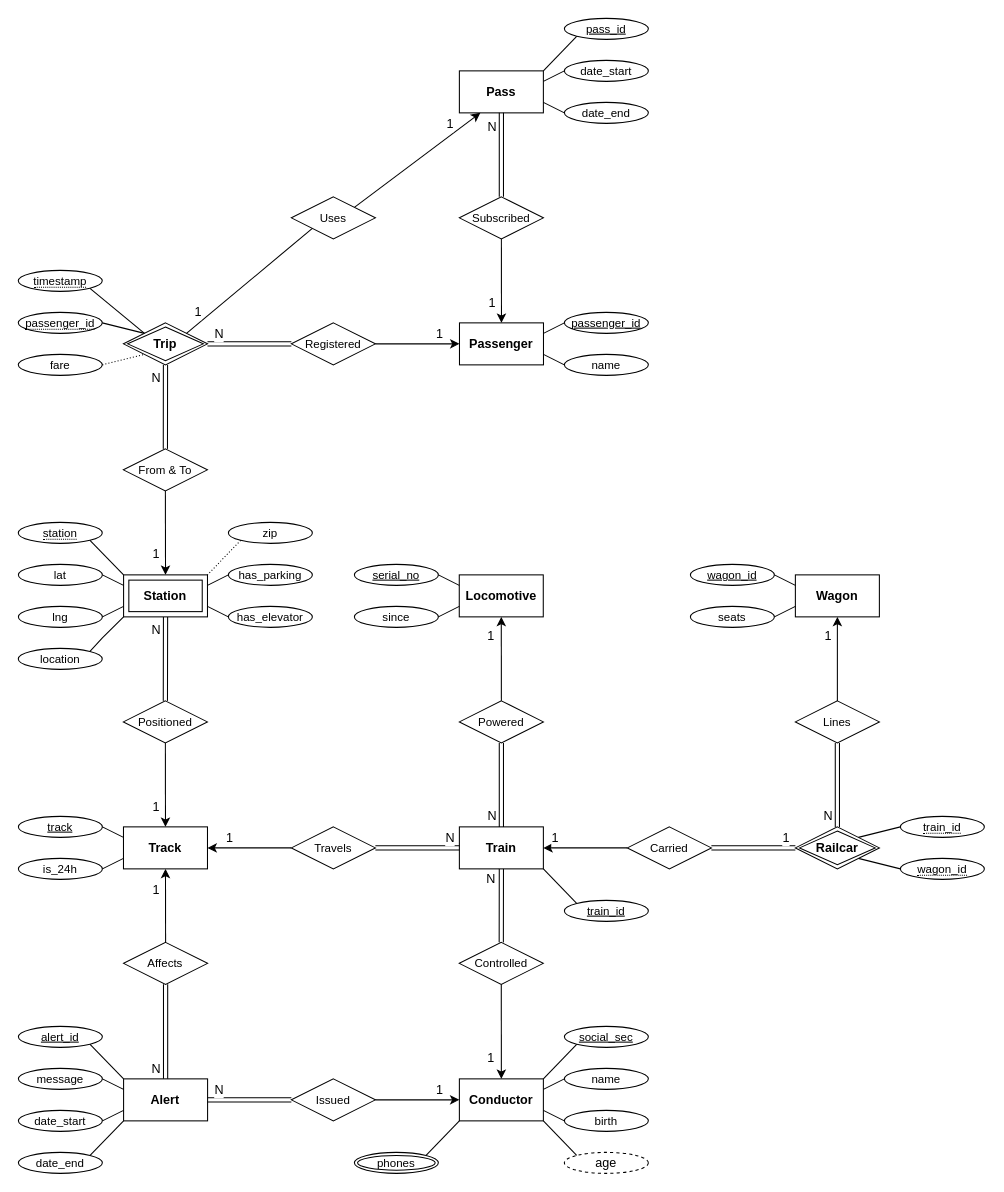
This is page "proj_deliverable3" (3 of 4) of cta/er.drawio from hanggrian/IIT-CS425, a draw.io file, before an edit. Source tidied: cells renumbered, new cells numbered last; positions are measured from the earlier drawing's top-left corner, leaving out a move shared by most shapes. Both pictures are drawn from the tidied source at 105%, with x=0, y=0 at pixel (18, 18).
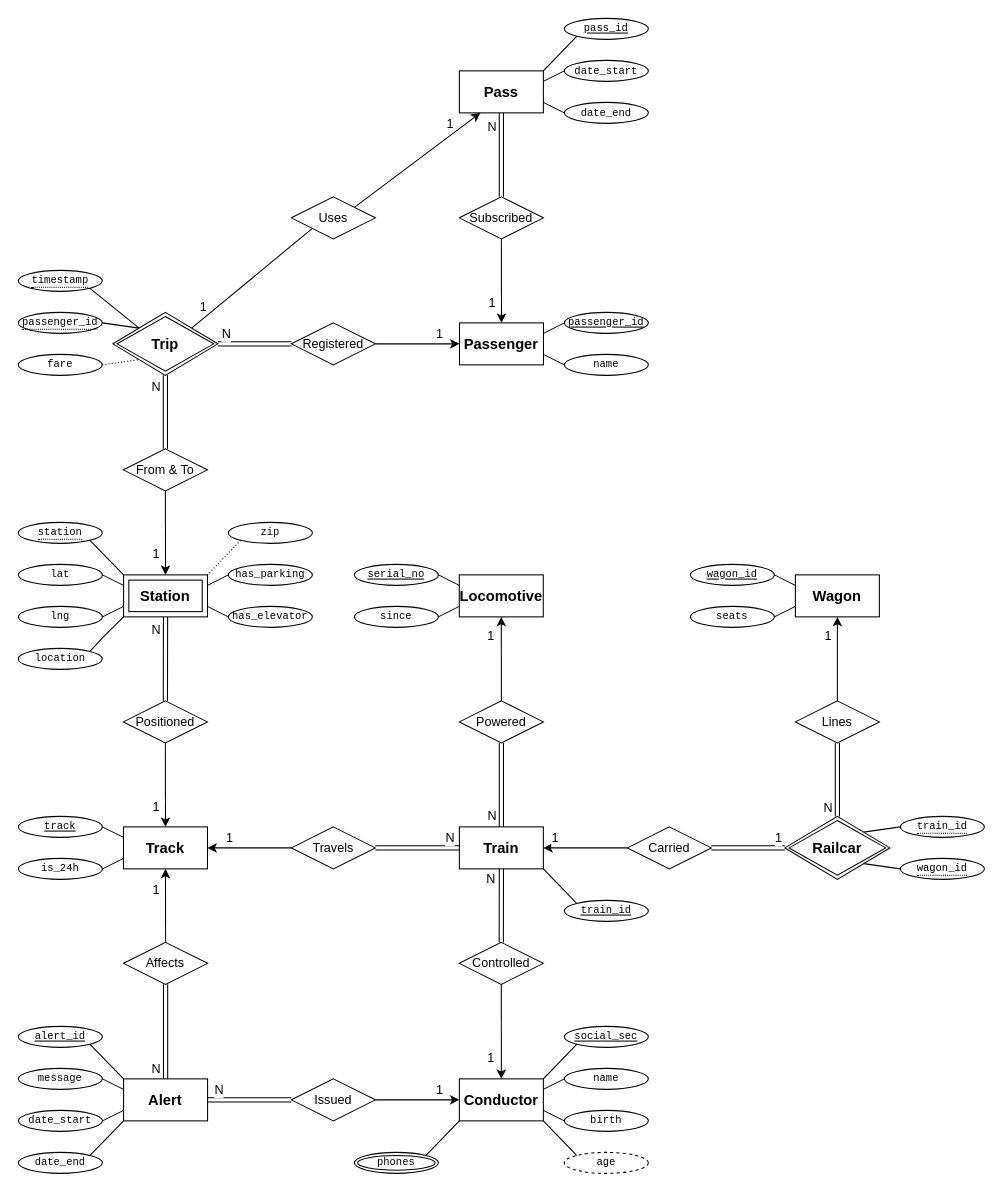
The same page after the edit.

What changed in the source:
```diff
@@
-    <mxCell id="2" value="Train" style="whiteSpace=wrap;html=1;align=center;fontSize=12;fontStyle=1;" parent="1" vertex="1">
+    <mxCell id="2" value="Train" style="whiteSpace=wrap;html=1;align=center;fontSize=14;fontStyle=1;" parent="1" vertex="1">
       <mxGeometry x="420" y="770" width="80" height="40" as="geometry" />
     </mxCell>
-    <mxCell id="3" value="Passenger" style="whiteSpace=wrap;html=1;align=center;fontSize=12;fontStyle=1;" parent="1" vertex="1">
+    <mxCell id="3" value="Passenger" style="whiteSpace=wrap;html=1;align=center;fontSize=14;fontStyle=1;" parent="1" vertex="1">
       <mxGeometry x="420.1" y="290" width="80" height="40" as="geometry" />
     </mxCell>
-    <mxCell id="4" value="Conductor" style="whiteSpace=wrap;html=1;align=center;fontSize=12;fontStyle=1;" parent="1" vertex="1">
+    <mxCell id="4" value="Conductor" style="whiteSpace=wrap;html=1;align=center;fontSize=14;fontStyle=1;" parent="1" vertex="1">
       <mxGeometry x="420" y="1010" width="80" height="40" as="geometry" />
     </mxCell>
-    <mxCell id="5" value="Track" style="whiteSpace=wrap;html=1;align=center;fontSize=12;fontStyle=1;" parent="1" vertex="1">
+    <mxCell id="5" value="Track" style="whiteSpace=wrap;html=1;align=center;fontSize=14;fontStyle=1;" parent="1" vertex="1">
       <mxGeometry x="100.1" y="770" width="80" height="40" as="geometry" />
     </mxCell>
-    <mxCell id="6" value="Wagon" style="whiteSpace=wrap;html=1;align=center;fontSize=12;fontStyle=1;" parent="1" vertex="1">
+    <mxCell id="6" value="Wagon" style="whiteSpace=wrap;html=1;align=center;fontSize=14;fontStyle=1;" parent="1" vertex="1">
       <mxGeometry x="740" y="530" width="80" height="40" as="geometry" />
     </mxCell>
-    <mxCell id="7" value="Locomotive" style="whiteSpace=wrap;html=1;align=center;fontSize=12;fontStyle=1;" parent="1" vertex="1">
+    <mxCell id="7" value="Locomotive" style="whiteSpace=wrap;html=1;align=center;fontSize=14;fontStyle=1;" parent="1" vertex="1">
       <mxGeometry x="419.9" y="530" width="80" height="40" as="geometry" />
     </mxCell>
@@
-    <mxCell id="10" value="Powered" style="shape=rhombus;perimeter=rhombusPerimeter;whiteSpace=wrap;html=1;align=center;fontSize=11;" parent="1" vertex="1">
+    <mxCell id="10" value="Powered" style="shape=rhombus;perimeter=rhombusPerimeter;whiteSpace=wrap;html=1;align=center;fontSize=12;" parent="1" vertex="1">
       <mxGeometry x="420" y="650" width="80" height="40" as="geometry" />
     </mxCell>
@@
-    <mxCell id="13" value="Lines" style="shape=rhombus;perimeter=rhombusPerimeter;whiteSpace=wrap;html=1;align=center;fontSize=11;" parent="1" vertex="1">
+    <mxCell id="13" value="Lines" style="shape=rhombus;perimeter=rhombusPerimeter;whiteSpace=wrap;html=1;align=center;fontSize=12;" parent="1" vertex="1">
       <mxGeometry x="740" y="650" width="80" height="40" as="geometry" />
     </mxCell>
@@
-    <mxCell id="16" value="Positioned" style="shape=rhombus;perimeter=rhombusPerimeter;whiteSpace=wrap;html=1;align=center;fontSize=11;" parent="1" vertex="1">
+    <mxCell id="16" value="Positioned" style="shape=rhombus;perimeter=rhombusPerimeter;whiteSpace=wrap;html=1;align=center;fontSize=12;" parent="1" vertex="1">
       <mxGeometry x="100" y="650" width="80" height="40" as="geometry" />
     </mxCell>
@@
-    <mxCell id="19" value="Registered" style="shape=rhombus;perimeter=rhombusPerimeter;whiteSpace=wrap;html=1;align=center;fontSize=11;" parent="1" vertex="1">
+    <mxCell id="19" value="Registered" style="shape=rhombus;perimeter=rhombusPerimeter;whiteSpace=wrap;html=1;align=center;fontSize=12;" parent="1" vertex="1">
       <mxGeometry x="260" y="290" width="80" height="40" as="geometry" />
     </mxCell>
-    <mxCell id="20" value="Carried" style="shape=rhombus;perimeter=rhombusPerimeter;whiteSpace=wrap;html=1;align=center;fontSize=11;" parent="1" vertex="1">
+    <mxCell id="20" value="Carried" style="shape=rhombus;perimeter=rhombusPerimeter;whiteSpace=wrap;html=1;align=center;fontSize=12;" parent="1" vertex="1">
       <mxGeometry x="580" y="770" width="80" height="40" as="geometry" />
     </mxCell>
-    <mxCell id="21" value="lng" style="ellipse;whiteSpace=wrap;html=1;align=center;fontSize=11;fontStyle=0;" parent="1" vertex="1">
+    <mxCell id="21" value="lng" style="ellipse;whiteSpace=wrap;html=1;align=center;fontSize=10;fontStyle=0;fontFamily=Courier New;" parent="1" vertex="1">
       <mxGeometry y="560" width="80" height="20" as="geometry" />
     </mxCell>
-    <mxCell id="22" value="zip" style="ellipse;whiteSpace=wrap;html=1;align=center;fontSize=11;fontStyle=0;" parent="1" vertex="1">
+    <mxCell id="22" value="zip" style="ellipse;whiteSpace=wrap;html=1;align=center;fontSize=10;fontStyle=0;fontFamily=Courier New;" parent="1" vertex="1">
       <mxGeometry x="200" y="480" width="80" height="20" as="geometry" />
     </mxCell>
@@
-    <mxCell id="24" value="social_sec" style="ellipse;whiteSpace=wrap;html=1;align=center;fontSize=11;fontStyle=4;" parent="1" vertex="1">
+    <mxCell id="24" value="social_sec" style="ellipse;whiteSpace=wrap;html=1;align=center;fontSize=10;fontStyle=4;fontFamily=Courier New;" parent="1" vertex="1">
       <mxGeometry x="520" y="960" width="80" height="20" as="geometry" />
     </mxCell>
-    <mxCell id="25" value="serial_no" style="ellipse;whiteSpace=wrap;html=1;align=center;fontSize=11;fontStyle=4;" parent="1" vertex="1">
+    <mxCell id="25" value="serial_no" style="ellipse;whiteSpace=wrap;html=1;align=center;fontSize=10;fontStyle=4;fontFamily=Courier New;" parent="1" vertex="1">
       <mxGeometry x="320" y="520" width="80" height="20" as="geometry" />
     </mxCell>
-    <mxCell id="26" value="since" style="ellipse;whiteSpace=wrap;html=1;align=center;fontSize=11;fontStyle=0;" parent="1" vertex="1">
+    <mxCell id="26" value="since" style="ellipse;whiteSpace=wrap;html=1;align=center;fontSize=10;fontStyle=0;fontFamily=Courier New;" parent="1" vertex="1">
       <mxGeometry x="320" y="560" width="80" height="20" as="geometry" />
     </mxCell>
@@
-    <mxCell id="29" value="train_id" style="ellipse;whiteSpace=wrap;html=1;align=center;fontSize=11;fontStyle=4;" parent="1" vertex="1">
+    <mxCell id="29" value="train_id" style="ellipse;whiteSpace=wrap;html=1;align=center;fontSize=10;fontStyle=4;fontFamily=Courier New;" parent="1" vertex="1">
       <mxGeometry x="520" y="840" width="80" height="20" as="geometry" />
     </mxCell>
@@
-    <mxCell id="31" value="wagon_id" style="ellipse;whiteSpace=wrap;html=1;align=center;fontSize=11;fontStyle=4;" parent="1" vertex="1">
+    <mxCell id="31" value="wagon_id" style="ellipse;whiteSpace=wrap;html=1;align=center;fontSize=10;fontStyle=4;fontFamily=Courier New;" parent="1" vertex="1">
       <mxGeometry x="640" y="520" width="80" height="20" as="geometry" />
     </mxCell>
-    <mxCell id="32" value="seats" style="ellipse;whiteSpace=wrap;html=1;align=center;fontSize=11;fontStyle=0;" parent="1" vertex="1">
+    <mxCell id="32" value="seats" style="ellipse;whiteSpace=wrap;html=1;align=center;fontSize=10;fontStyle=0;fontFamily=Courier New;" parent="1" vertex="1">
       <mxGeometry x="640" y="560" width="80" height="20" as="geometry" />
     </mxCell>
@@
-    <mxCell id="35" value="passenger_id" style="ellipse;whiteSpace=wrap;html=1;align=center;fontSize=11;fontStyle=4;" parent="1" vertex="1">
+    <mxCell id="35" value="passenger_id" style="ellipse;whiteSpace=wrap;html=1;align=center;fontSize=10;fontStyle=4;fontFamily=Courier New;" parent="1" vertex="1">
       <mxGeometry x="520" y="280" width="80" height="20" as="geometry" />
     </mxCell>
@@
-    <mxCell id="37" value="Pass" style="whiteSpace=wrap;html=1;align=center;fontSize=12;fontStyle=1;" parent="1" vertex="1">
+    <mxCell id="37" value="Pass" style="whiteSpace=wrap;html=1;align=center;fontSize=14;fontStyle=1;" parent="1" vertex="1">
       <mxGeometry x="420" y="50" width="80" height="40" as="geometry" />
     </mxCell>
@@
-    <mxCell id="40" value="Uses" style="shape=rhombus;perimeter=rhombusPerimeter;whiteSpace=wrap;html=1;align=center;fontSize=11;" parent="1" vertex="1">
+    <mxCell id="40" value="Uses" style="shape=rhombus;perimeter=rhombusPerimeter;whiteSpace=wrap;html=1;align=center;fontSize=12;" parent="1" vertex="1">
       <mxGeometry x="260" y="170" width="80" height="40" as="geometry" />
     </mxCell>
-    <mxCell id="41" value="Alert" style="whiteSpace=wrap;html=1;align=center;fontSize=12;fontStyle=1;" parent="1" vertex="1">
+    <mxCell id="41" value="Alert" style="whiteSpace=wrap;html=1;align=center;fontSize=14;fontStyle=1;" parent="1" vertex="1">
       <mxGeometry x="100.2" y="1010" width="80" height="40" as="geometry" />
     </mxCell>
@@
-    <mxCell id="44" value="Issued" style="shape=rhombus;perimeter=rhombusPerimeter;whiteSpace=wrap;html=1;align=center;fontSize=11;" parent="1" vertex="1">
+    <mxCell id="44" value="Issued" style="shape=rhombus;perimeter=rhombusPerimeter;whiteSpace=wrap;html=1;align=center;fontSize=12;" parent="1" vertex="1">
       <mxGeometry x="260" y="1010" width="80" height="40" as="geometry" />
     </mxCell>
-    <mxCell id="45" value="has_elevator" style="ellipse;whiteSpace=wrap;html=1;align=center;fontSize=11;fontStyle=0;" parent="1" vertex="1">
+    <mxCell id="45" value="has_elevator" style="ellipse;whiteSpace=wrap;html=1;align=center;fontSize=10;fontStyle=0;fontFamily=Courier New;" parent="1" vertex="1">
       <mxGeometry x="200" y="560" width="80" height="20" as="geometry" />
     </mxCell>
-    <mxCell id="46" value="has_parking" style="ellipse;whiteSpace=wrap;html=1;align=center;fontSize=11;fontStyle=0;" parent="1" vertex="1">
+    <mxCell id="46" value="has_parking" style="ellipse;whiteSpace=wrap;html=1;align=center;fontSize=10;fontStyle=0;fontFamily=Courier New;" parent="1" vertex="1">
       <mxGeometry x="200" y="520" width="80" height="20" as="geometry" />
     </mxCell>
@@
-    <mxCell id="49" value="alert_id" style="ellipse;whiteSpace=wrap;html=1;align=center;fontSize=11;fontStyle=4;" parent="1" vertex="1">
+    <mxCell id="49" value="alert_id" style="ellipse;whiteSpace=wrap;html=1;align=center;fontSize=10;fontStyle=4;fontFamily=Courier New;" parent="1" vertex="1">
       <mxGeometry y="960" width="80" height="20" as="geometry" />
     </mxCell>
-    <mxCell id="50" value="date_end" style="ellipse;whiteSpace=wrap;html=1;align=center;fontSize=11;fontStyle=0;" parent="1" vertex="1">
+    <mxCell id="50" value="date_end" style="ellipse;whiteSpace=wrap;html=1;align=center;fontSize=10;fontStyle=0;fontFamily=Courier New;" parent="1" vertex="1">
       <mxGeometry y="1080" width="80" height="20" as="geometry" />
     </mxCell>
-    <mxCell id="51" value="date_start" style="ellipse;whiteSpace=wrap;html=1;align=center;fontSize=11;fontStyle=0;" parent="1" vertex="1">
+    <mxCell id="51" value="date_start" style="ellipse;whiteSpace=wrap;html=1;align=center;fontSize=10;fontStyle=0;fontFamily=Courier New;" parent="1" vertex="1">
       <mxGeometry y="1040" width="80" height="20" as="geometry" />
     </mxCell>
-    <mxCell id="52" value="message" style="ellipse;whiteSpace=wrap;html=1;align=center;fontSize=11;fontStyle=0;" parent="1" vertex="1">
+    <mxCell id="52" value="message" style="ellipse;whiteSpace=wrap;html=1;align=center;fontSize=10;fontStyle=0;fontFamily=Courier New;" parent="1" vertex="1">
       <mxGeometry y="1000" width="80" height="20" as="geometry" />
     </mxCell>
@@
-    <mxCell id="57" value="Subscribed" style="shape=rhombus;perimeter=rhombusPerimeter;whiteSpace=wrap;html=1;align=center;fontSize=11;" parent="1" vertex="1">
+    <mxCell id="57" value="Subscribed" style="shape=rhombus;perimeter=rhombusPerimeter;whiteSpace=wrap;html=1;align=center;fontSize=12;" parent="1" vertex="1">
       <mxGeometry x="420" y="170" width="80" height="40" as="geometry" />
     </mxCell>
-    <mxCell id="58" value="date_end" style="ellipse;whiteSpace=wrap;html=1;align=center;fontSize=11;fontStyle=0;" parent="1" vertex="1">
+    <mxCell id="58" value="date_end" style="ellipse;whiteSpace=wrap;html=1;align=center;fontSize=10;fontStyle=0;fontFamily=Courier New;" parent="1" vertex="1">
       <mxGeometry x="520" y="80" width="80" height="20" as="geometry" />
     </mxCell>
-    <mxCell id="59" value="date_start" style="ellipse;whiteSpace=wrap;html=1;align=center;fontSize=11;fontStyle=0;" parent="1" vertex="1">
+    <mxCell id="59" value="date_start" style="ellipse;whiteSpace=wrap;html=1;align=center;fontSize=10;fontStyle=0;fontFamily=Courier New;" parent="1" vertex="1">
       <mxGeometry x="520" y="40" width="80" height="20" as="geometry" />
     </mxCell>
@@
-    <mxCell id="62" value="pass_id" style="ellipse;whiteSpace=wrap;html=1;align=center;fontSize=11;fontStyle=4;" parent="1" vertex="1">
+    <mxCell id="62" value="pass_id" style="ellipse;whiteSpace=wrap;html=1;align=center;fontSize=10;fontStyle=4;fontFamily=Courier New;" parent="1" vertex="1">
       <mxGeometry x="520" width="80" height="20" as="geometry" />
     </mxCell>
@@
-    <mxCell id="64" value="name" style="ellipse;whiteSpace=wrap;html=1;align=center;fontSize=11;fontStyle=0;" parent="1" vertex="1">
+    <mxCell id="64" value="name" style="ellipse;whiteSpace=wrap;html=1;align=center;fontSize=10;fontStyle=0;fontFamily=Courier New;" parent="1" vertex="1">
       <mxGeometry x="520" y="1000" width="80" height="20" as="geometry" />
     </mxCell>
@@
-    <mxCell id="67" value="From &amp;amp; To" style="shape=rhombus;perimeter=rhombusPerimeter;whiteSpace=wrap;html=1;align=center;fontSize=11;" parent="1" vertex="1">
+    <mxCell id="67" value="From &amp;amp; To" style="shape=rhombus;perimeter=rhombusPerimeter;whiteSpace=wrap;html=1;align=center;fontSize=12;" parent="1" vertex="1">
       <mxGeometry x="100" y="410" width="80" height="40" as="geometry" />
     </mxCell>
-    <mxCell id="68" value="fare" style="ellipse;whiteSpace=wrap;html=1;align=center;fontSize=11;" parent="1" vertex="1">
+    <mxCell id="68" value="fare" style="ellipse;whiteSpace=wrap;html=1;align=center;fontSize=10;fontFamily=Courier New;" parent="1" vertex="1">
       <mxGeometry x="-0.1" y="320" width="80" height="20" as="geometry" />
     </mxCell>
-    <mxCell id="69" value="&lt;span style=&quot;border-bottom: 1px dotted; font-size: 11px;&quot;&gt;passenger_id&lt;/span&gt;" style="ellipse;whiteSpace=wrap;html=1;align=center;fontSize=11;" parent="1" vertex="1">
+    <mxCell id="69" value="&lt;span style=&quot;border-bottom: 1px dotted; font-size: 10px;&quot;&gt;passenger_id&lt;/span&gt;" style="ellipse;whiteSpace=wrap;html=1;align=center;fontSize=10;fontFamily=Courier New;" parent="1" vertex="1">
       <mxGeometry x="-0.1" y="280" width="80" height="20" as="geometry" />
     </mxCell>
@@
-    <mxCell id="71" value="&lt;span style=&quot;border-bottom: 1px dotted; font-size: 11px;&quot;&gt;train_id&lt;/span&gt;" style="ellipse;whiteSpace=wrap;html=1;align=center;fontSize=11;" parent="1" vertex="1">
+    <mxCell id="71" value="&lt;span style=&quot;border-bottom: 1px dotted; font-size: 10px;&quot;&gt;train_id&lt;/span&gt;" style="ellipse;whiteSpace=wrap;html=1;align=center;fontSize=10;fontFamily=Courier New;" parent="1" vertex="1">
       <mxGeometry x="840" y="760" width="80" height="20" as="geometry" />
     </mxCell>
-    <mxCell id="72" value="&lt;span style=&quot;border-bottom: 1px dotted; font-size: 11px;&quot;&gt;wagon_id&lt;/span&gt;" style="ellipse;whiteSpace=wrap;html=1;align=center;fontSize=11;" parent="1" vertex="1">
+    <mxCell id="72" value="&lt;span style=&quot;border-bottom: 1px dotted; font-size: 10px;&quot;&gt;wagon_id&lt;/span&gt;" style="ellipse;whiteSpace=wrap;html=1;align=center;fontSize=10;fontFamily=Courier New;" parent="1" vertex="1">
       <mxGeometry x="840" y="800" width="80" height="20" as="geometry" />
     </mxCell>
@@
-    <mxCell id="75" value="track" style="ellipse;whiteSpace=wrap;html=1;align=center;fontSize=11;fontStyle=4;" parent="1" vertex="1">
+    <mxCell id="75" value="track" style="ellipse;whiteSpace=wrap;html=1;align=center;fontSize=10;fontStyle=4;fontFamily=Courier New;" parent="1" vertex="1">
       <mxGeometry y="760" width="80" height="20" as="geometry" />
     </mxCell>
-    <mxCell id="76" value="is_24h" style="ellipse;whiteSpace=wrap;html=1;align=center;fontSize=11;fontStyle=0;" parent="1" vertex="1">
+    <mxCell id="76" value="is_24h" style="ellipse;whiteSpace=wrap;html=1;align=center;fontSize=10;fontStyle=0;fontFamily=Courier New;" parent="1" vertex="1">
       <mxGeometry y="800" width="80" height="20" as="geometry" />
     </mxCell>
@@
-    <mxCell id="83" value="Controlled" style="shape=rhombus;perimeter=rhombusPerimeter;whiteSpace=wrap;html=1;align=center;fontSize=11;" parent="1" vertex="1">
+    <mxCell id="83" value="Controlled" style="shape=rhombus;perimeter=rhombusPerimeter;whiteSpace=wrap;html=1;align=center;fontSize=12;" parent="1" vertex="1">
       <mxGeometry x="419.9" y="880" width="80" height="40" as="geometry" />
     </mxCell>
@@
-    <mxCell id="88" value="Travels" style="shape=rhombus;perimeter=rhombusPerimeter;whiteSpace=wrap;html=1;align=center;fontSize=11;" parent="1" vertex="1">
+    <mxCell id="88" value="Travels" style="shape=rhombus;perimeter=rhombusPerimeter;whiteSpace=wrap;html=1;align=center;fontSize=12;" parent="1" vertex="1">
       <mxGeometry x="260" y="770" width="80" height="40" as="geometry" />
     </mxCell>
@@
-    <mxCell id="93" value="Railcar" style="shape=rhombus;double=1;perimeter=rhombusPerimeter;whiteSpace=wrap;html=1;align=center;fontStyle=1;" parent="1" vertex="1">
-      <mxGeometry x="740" y="770" width="80" height="40" as="geometry" />
+    <mxCell id="93" value="Railcar" style="shape=rhombus;double=1;perimeter=rhombusPerimeter;whiteSpace=wrap;html=1;align=center;fontStyle=1;fontSize=14;" parent="1" vertex="1">
+      <mxGeometry x="730" y="760" width="100" height="60" as="geometry" />
     </mxCell>
@@
-    <mxCell id="100" value="Trip" style="shape=rhombus;double=1;perimeter=rhombusPerimeter;whiteSpace=wrap;html=1;align=center;fontStyle=1;" parent="1" vertex="1">
-      <mxGeometry x="100.1" y="290" width="80" height="40" as="geometry" />
+    <mxCell id="100" value="Trip" style="shape=rhombus;double=1;perimeter=rhombusPerimeter;whiteSpace=wrap;html=1;align=center;fontStyle=1;fontSize=14;" parent="1" vertex="1">
+      <mxGeometry x="90" y="280" width="100" height="60" as="geometry" />
     </mxCell>
@@
-    <mxCell id="114" value="&lt;span style=&quot;border-bottom: 1px dotted; font-size: 11px;&quot;&gt;timestamp&lt;/span&gt;" style="ellipse;whiteSpace=wrap;html=1;align=center;fontSize=11;" parent="1" vertex="1">
+    <mxCell id="114" value="&lt;span style=&quot;border-bottom: 1px dotted; font-size: 10px;&quot;&gt;timestamp&lt;/span&gt;" style="ellipse;whiteSpace=wrap;html=1;align=center;fontSize=10;fontFamily=Courier New;" parent="1" vertex="1">
       <mxGeometry x="-0.1" y="240" width="80" height="20" as="geometry" />
     </mxCell>
@@
-    <mxCell id="116" value="name" style="ellipse;whiteSpace=wrap;html=1;align=center;fontSize=11;fontStyle=0;" parent="1" vertex="1">
+    <mxCell id="116" value="name" style="ellipse;whiteSpace=wrap;html=1;align=center;fontSize=10;fontStyle=0;fontFamily=Courier New;" parent="1" vertex="1">
       <mxGeometry x="520" y="320" width="80" height="20" as="geometry" />
     </mxCell>
@@
-    <mxCell id="118" value="Station" style="shape=ext;margin=3;double=1;whiteSpace=wrap;html=1;align=center;fontStyle=1;" parent="1" vertex="1">
+    <mxCell id="118" value="Station" style="shape=ext;margin=3;double=1;whiteSpace=wrap;html=1;align=center;fontStyle=1;fontSize=14;" parent="1" vertex="1">
       <mxGeometry x="100.2" y="530" width="79.9" height="40" as="geometry" />
     </mxCell>
-    <mxCell id="119" value="&lt;span style=&quot;border-bottom: 1px dotted; font-size: 11px;&quot;&gt;station&lt;/span&gt;" style="ellipse;whiteSpace=wrap;html=1;align=center;fontSize=11;" parent="1" vertex="1">
+    <mxCell id="119" value="&lt;span style=&quot;border-bottom: 1px dotted; font-size: 10px;&quot;&gt;station&lt;/span&gt;" style="ellipse;whiteSpace=wrap;html=1;align=center;fontSize=10;fontFamily=Courier New;" parent="1" vertex="1">
       <mxGeometry x="-0.1" y="480" width="80" height="20" as="geometry" />
     </mxCell>
@@
-    <mxCell id="123" value="location" style="ellipse;whiteSpace=wrap;html=1;align=center;fontSize=11;fontStyle=0;" parent="1" vertex="1">
+    <mxCell id="123" value="location" style="ellipse;whiteSpace=wrap;html=1;align=center;fontSize=10;fontStyle=0;fontFamily=Courier New;" parent="1" vertex="1">
       <mxGeometry x="-0.1" y="600" width="80" height="20" as="geometry" />
     </mxCell>
@@
-    <mxCell id="125" value="birth" style="ellipse;whiteSpace=wrap;html=1;align=center;fontSize=11;fontStyle=0;" parent="1" vertex="1">
+    <mxCell id="125" value="birth" style="ellipse;whiteSpace=wrap;html=1;align=center;fontSize=10;fontStyle=0;fontFamily=Courier New;" parent="1" vertex="1">
       <mxGeometry x="520" y="1040" width="80" height="20" as="geometry" />
     </mxCell>
-    <mxCell id="126" value="phones" style="ellipse;shape=doubleEllipse;margin=3;whiteSpace=wrap;html=1;align=center;fontSize=11;" parent="1" vertex="1">
+    <mxCell id="126" value="phones" style="ellipse;shape=doubleEllipse;margin=3;whiteSpace=wrap;html=1;align=center;fontSize=10;fontFamily=Courier New;" parent="1" vertex="1">
       <mxGeometry x="320" y="1080" width="80" height="20" as="geometry" />
     </mxCell>
-    <mxCell id="127" value="age" style="ellipse;whiteSpace=wrap;html=1;align=center;dashed=1;" parent="1" vertex="1">
+    <mxCell id="127" value="age" style="ellipse;whiteSpace=wrap;html=1;align=center;dashed=1;fontSize=10;fontFamily=Courier New;" parent="1" vertex="1">
       <mxGeometry x="520" y="1080" width="80" height="20" as="geometry" />
     </mxCell>
@@
-    <mxCell id="135" value="Affects" style="shape=rhombus;perimeter=rhombusPerimeter;whiteSpace=wrap;html=1;align=center;fontSize=11;" parent="1" vertex="1">
+    <mxCell id="135" value="Affects" style="shape=rhombus;perimeter=rhombusPerimeter;whiteSpace=wrap;html=1;align=center;fontSize=12;" parent="1" vertex="1">
       <mxGeometry x="100.2" y="880" width="80" height="40" as="geometry" />
     </mxCell>
@@
-    <mxCell id="138" value="lat" style="ellipse;whiteSpace=wrap;html=1;align=center;fontSize=11;fontStyle=0;" parent="1" vertex="1">
+    <mxCell id="138" value="lat" style="ellipse;whiteSpace=wrap;html=1;align=center;fontSize=10;fontStyle=0;fontFamily=Courier New;" parent="1" vertex="1">
       <mxGeometry y="520" width="80" height="20" as="geometry" />
     </mxCell>
```
